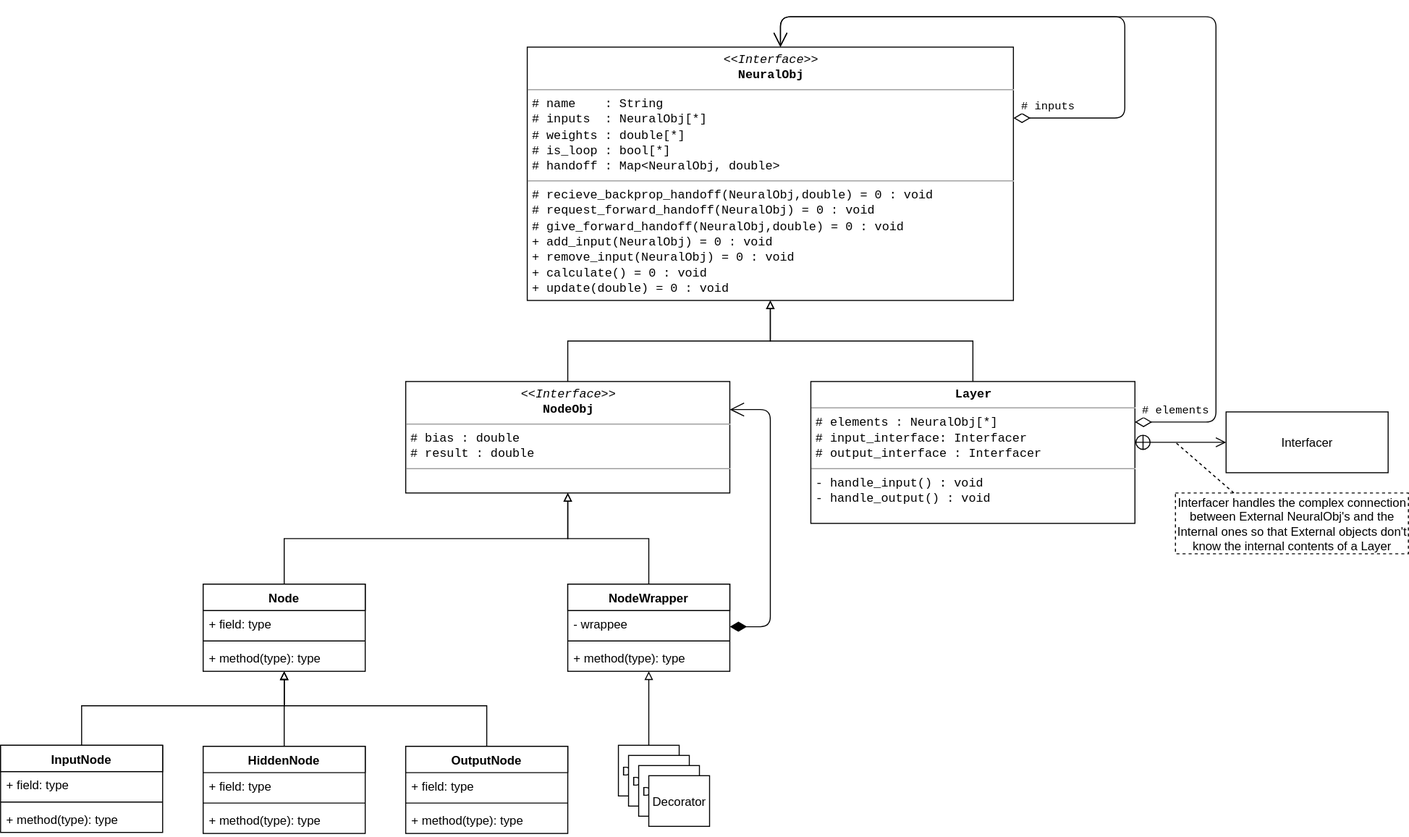
The draw.io diagram Class_UML.svg in alxdttn/MNN, before a commit. Source tidied: cells renumbered, new cells last; positions are measured from the earlier drawing's top-left corner, leaving out a move shared by most shapes.
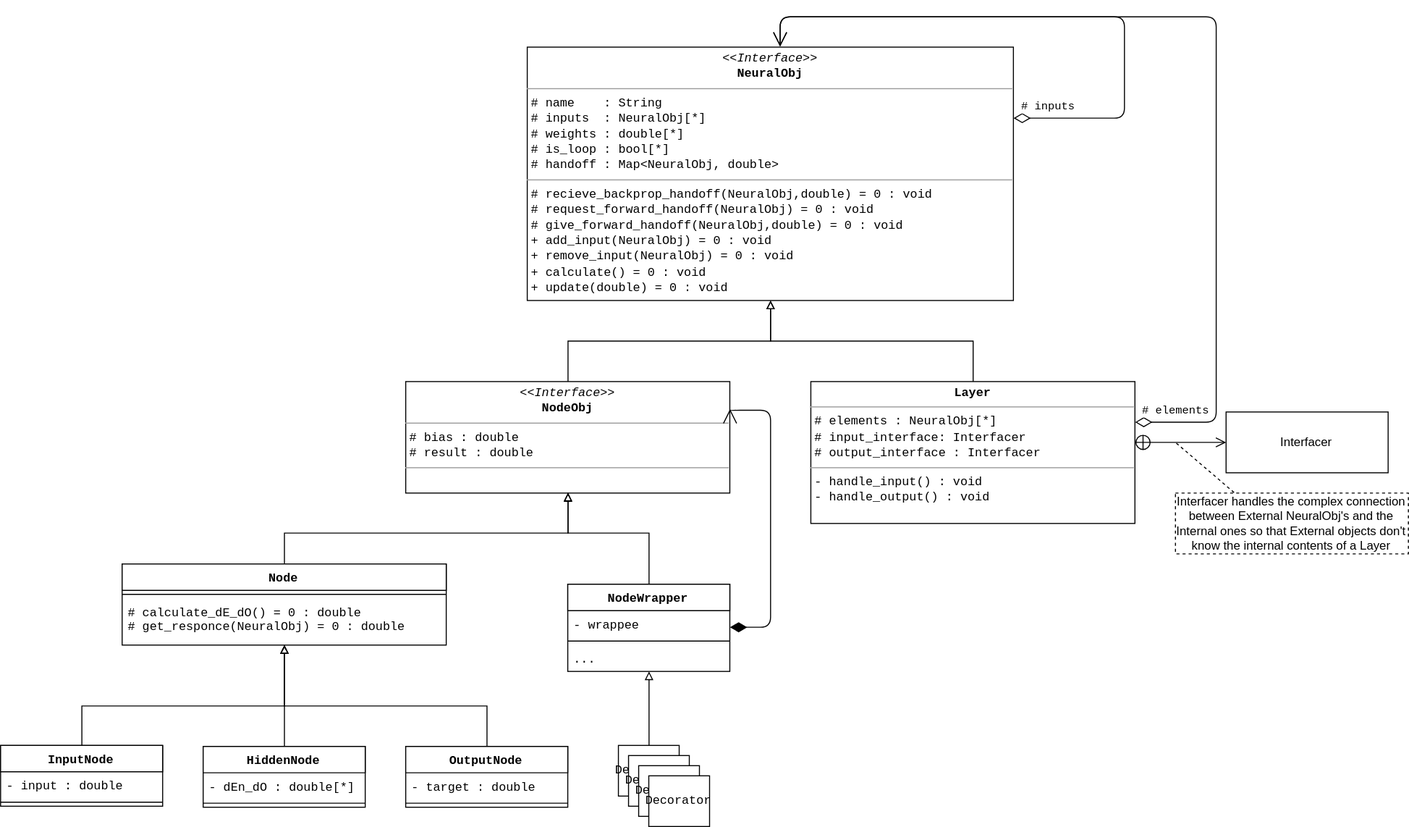
After the commit.

Diff of the diagram source:
```diff
@@ -2,7 +2,7 @@
   <root>
     <mxCell id="0" />
     <mxCell id="1" parent="0" />
-    <mxCell id="2" style="edgeStyle=orthogonalEdgeStyle;rounded=0;html=1;endArrow=block;endFill=0;jettySize=auto;exitX=0.5;exitY=0;" parent="1" edge="1" source="16" target="32">
+    <mxCell id="2" style="edgeStyle=orthogonalEdgeStyle;rounded=0;html=1;endArrow=block;endFill=0;jettySize=auto;exitX=0.5;exitY=0;fontFamily=Courier New;" parent="1" edge="1" source="16" target="32">
       <mxGeometry relative="1" as="geometry">
         <Array as="points">
           <mxPoint x="80" y="680" />
@@ -17,7 +17,12 @@
       <mxGeometry relative="1" as="geometry" />
     </mxCell>
     <mxCell id="5" style="edgeStyle=orthogonalEdgeStyle;rounded=0;html=1;endArrow=block;endFill=0;jettySize=auto;exitX=0.5;exitY=0;" parent="1" edge="1" source="12" target="6">
-      <mxGeometry relative="1" as="geometry" />
+      <mxGeometry relative="1" as="geometry">
+        <Array as="points">
+          <mxPoint x="640" y="510" />
+          <mxPoint x="560" y="510" />
+        </Array>
+      </mxGeometry>
     </mxCell>
     <mxCell id="6" value="&lt;p style=&quot;margin: 0px ; margin-top: 4px ; text-align: center&quot;&gt;&lt;font face=&quot;Courier New&quot;&gt;&lt;i&gt;&amp;lt;&amp;lt;Interface&amp;gt;&amp;gt;&lt;/i&gt;&lt;br&gt;&lt;b&gt;NodeObj&lt;/b&gt;&lt;/font&gt;&lt;/p&gt;&lt;hr size=&quot;1&quot;&gt;&lt;p style=&quot;margin: 0px ; margin-left: 4px&quot;&gt;&lt;font face=&quot;Courier New&quot;&gt;# bias : double&lt;br&gt;# result : double&lt;/font&gt;&lt;/p&gt;&lt;hr size=&quot;1&quot;&gt;&lt;p style=&quot;margin: 0px ; margin-left: 4px&quot;&gt;&lt;br&gt;&lt;/p&gt;" style="verticalAlign=top;align=left;overflow=fill;fontSize=12;fontFamily=Helvetica;html=1;" parent="1" vertex="1">
       <mxGeometry x="400" y="360" width="320" height="110" as="geometry" />
@@ -52,57 +57,48 @@
         </Array>
       </mxGeometry>
     </mxCell>
-    <mxCell id="11" style="edgeStyle=orthogonalEdgeStyle;rounded=0;html=1;endArrow=block;endFill=0;jettySize=auto;exitX=0.5;exitY=0;" parent="1" edge="1" source="36" target="12">
+    <mxCell id="11" style="edgeStyle=orthogonalEdgeStyle;rounded=0;html=1;endArrow=block;endFill=0;jettySize=auto;exitX=0.5;exitY=0;fontFamily=Courier New;" parent="1" edge="1" source="36" target="12">
       <mxGeometry relative="1" as="geometry" />
     </mxCell>
-    <mxCell id="12" value="NodeWrapper" style="swimlane;fontStyle=1;align=center;verticalAlign=top;horizontal=1;startSize=26;swimlaneFillColor=#ffffff;" parent="1" vertex="1">
+    <mxCell id="12" value="NodeWrapper" style="swimlane;fontStyle=1;align=center;verticalAlign=top;horizontal=1;startSize=26;swimlaneFillColor=#ffffff;fontFamily=Courier New;" parent="1" vertex="1">
       <mxGeometry x="560" y="560" width="160" height="86" as="geometry" />
     </mxCell>
-    <mxCell id="13" value="- wrappee" style="text;strokeColor=none;fillColor=none;align=left;verticalAlign=top;spacingLeft=4;spacingRight=4;overflow=hidden;" parent="12" vertex="1">
+    <mxCell id="13" value="- wrappee" style="text;strokeColor=none;fillColor=none;align=left;verticalAlign=top;spacingLeft=4;spacingRight=4;overflow=hidden;fontFamily=Courier New;" parent="12" vertex="1">
       <mxGeometry y="26" width="160" height="26" as="geometry" />
     </mxCell>
-    <mxCell id="14" style="line;strokeWidth=1;fillColor=none;align=left;verticalAlign=middle;spacingTop=-1;spacingLeft=3;spacingRight=3;labelPosition=right;" parent="12" vertex="1">
+    <mxCell id="14" style="line;strokeWidth=1;fillColor=none;align=left;verticalAlign=middle;spacingTop=-1;spacingLeft=3;spacingRight=3;labelPosition=right;fontFamily=Courier New;" parent="12" vertex="1">
       <mxGeometry y="52" width="160" height="8" as="geometry" />
     </mxCell>
-    <mxCell id="15" value="+ method(type): type" style="text;strokeColor=none;fillColor=none;align=left;verticalAlign=top;spacingLeft=4;spacingRight=4;overflow=hidden;" parent="12" vertex="1">
+    <mxCell id="15" value="..." style="text;strokeColor=none;fillColor=none;align=left;verticalAlign=top;spacingLeft=4;spacingRight=4;overflow=hidden;fontFamily=Courier New;" parent="12" vertex="1">
       <mxGeometry y="60" width="160" height="26" as="geometry" />
     </mxCell>
-    <mxCell id="16" value="InputNode" style="swimlane;fontStyle=1;align=center;verticalAlign=top;horizontal=1;startSize=26;swimlaneFillColor=#ffffff;" parent="1" vertex="1">
-      <mxGeometry y="719" width="160" height="86" as="geometry" />
+    <mxCell id="16" value="InputNode" style="swimlane;fontStyle=1;align=center;verticalAlign=top;horizontal=1;startSize=26;swimlaneFillColor=#ffffff;fontFamily=Courier New;" parent="1" vertex="1">
+      <mxGeometry y="719" width="160" height="60" as="geometry" />
     </mxCell>
-    <mxCell id="17" value="+ field: type" style="text;strokeColor=none;fillColor=none;align=left;verticalAlign=top;spacingLeft=4;spacingRight=4;overflow=hidden;" parent="16" vertex="1">
+    <mxCell id="17" value="- input : double" style="text;strokeColor=none;fillColor=none;align=left;verticalAlign=top;spacingLeft=4;spacingRight=4;overflow=hidden;fontFamily=Courier New;" parent="16" vertex="1">
       <mxGeometry y="26" width="160" height="26" as="geometry" />
     </mxCell>
-    <mxCell id="18" style="line;strokeWidth=1;fillColor=none;align=left;verticalAlign=middle;spacingTop=-1;spacingLeft=3;spacingRight=3;labelPosition=right;" parent="16" vertex="1">
+    <mxCell id="18" style="line;strokeWidth=1;fillColor=none;align=left;verticalAlign=middle;spacingTop=-1;spacingLeft=3;spacingRight=3;labelPosition=right;fontFamily=Courier New;" parent="16" vertex="1">
       <mxGeometry y="52" width="160" height="8" as="geometry" />
     </mxCell>
-    <mxCell id="19" value="+ method(type): type" style="text;strokeColor=none;fillColor=none;align=left;verticalAlign=top;spacingLeft=4;spacingRight=4;overflow=hidden;" parent="16" vertex="1">
-      <mxGeometry y="60" width="160" height="26" as="geometry" />
-    </mxCell>
-    <mxCell id="20" value="OutputNode" style="swimlane;fontStyle=1;align=center;verticalAlign=top;horizontal=1;startSize=26;swimlaneFillColor=#ffffff;" parent="1" vertex="1">
-      <mxGeometry x="400" y="720" width="160" height="86" as="geometry" />
+    <mxCell id="20" value="OutputNode" style="swimlane;fontStyle=1;align=center;verticalAlign=top;horizontal=1;startSize=26;swimlaneFillColor=#ffffff;fontFamily=Courier New;" parent="1" vertex="1">
+      <mxGeometry x="400" y="720" width="160" height="60" as="geometry" />
     </mxCell>
-    <mxCell id="21" value="+ field: type" style="text;strokeColor=none;fillColor=none;align=left;verticalAlign=top;spacingLeft=4;spacingRight=4;overflow=hidden;" parent="20" vertex="1">
+    <mxCell id="21" value="- target : double" style="text;strokeColor=none;fillColor=none;align=left;verticalAlign=top;spacingLeft=4;spacingRight=4;overflow=hidden;fontFamily=Courier New;" parent="20" vertex="1">
       <mxGeometry y="26" width="160" height="26" as="geometry" />
     </mxCell>
-    <mxCell id="22" style="line;strokeWidth=1;fillColor=none;align=left;verticalAlign=middle;spacingTop=-1;spacingLeft=3;spacingRight=3;labelPosition=right;" parent="20" vertex="1">
+    <mxCell id="22" style="line;strokeWidth=1;fillColor=none;align=left;verticalAlign=middle;spacingTop=-1;spacingLeft=3;spacingRight=3;labelPosition=right;fontFamily=Courier New;" parent="20" vertex="1">
       <mxGeometry y="52" width="160" height="8" as="geometry" />
     </mxCell>
-    <mxCell id="23" value="+ method(type): type" style="text;strokeColor=none;fillColor=none;align=left;verticalAlign=top;spacingLeft=4;spacingRight=4;overflow=hidden;" parent="20" vertex="1">
-      <mxGeometry y="60" width="160" height="26" as="geometry" />
-    </mxCell>
-    <mxCell id="24" value="HiddenNode" style="swimlane;fontStyle=1;align=center;verticalAlign=top;horizontal=1;startSize=26;swimlaneFillColor=#ffffff;" parent="1" vertex="1">
-      <mxGeometry x="200" y="720" width="160" height="86" as="geometry" />
+    <mxCell id="24" value="HiddenNode" style="swimlane;fontStyle=1;align=center;verticalAlign=top;horizontal=1;startSize=26;swimlaneFillColor=#ffffff;fontFamily=Courier New;" parent="1" vertex="1">
+      <mxGeometry x="200" y="720" width="160" height="60" as="geometry" />
     </mxCell>
-    <mxCell id="25" value="+ field: type" style="text;strokeColor=none;fillColor=none;align=left;verticalAlign=top;spacingLeft=4;spacingRight=4;overflow=hidden;" parent="24" vertex="1">
+    <mxCell id="25" value="- dEn_dO : double[*]" style="text;strokeColor=none;fillColor=none;align=left;verticalAlign=top;spacingLeft=4;spacingRight=4;overflow=hidden;fontFamily=Courier New;" parent="24" vertex="1">
       <mxGeometry y="26" width="160" height="26" as="geometry" />
     </mxCell>
-    <mxCell id="26" style="line;strokeWidth=1;fillColor=none;align=left;verticalAlign=middle;spacingTop=-1;spacingLeft=3;spacingRight=3;labelPosition=right;" parent="24" vertex="1">
+    <mxCell id="26" style="line;strokeWidth=1;fillColor=none;align=left;verticalAlign=middle;spacingTop=-1;spacingLeft=3;spacingRight=3;labelPosition=right;fontFamily=Courier New;" parent="24" vertex="1">
       <mxGeometry y="52" width="160" height="8" as="geometry" />
     </mxCell>
-    <mxCell id="27" value="+ method(type): type" style="text;strokeColor=none;fillColor=none;align=left;verticalAlign=top;spacingLeft=4;spacingRight=4;overflow=hidden;" parent="24" vertex="1">
-      <mxGeometry y="60" width="160" height="26" as="geometry" />
-    </mxCell>
     <mxCell id="28" style="endArrow=open;html=1;endSize=12;startArrow=diamondThin;startSize=14;startFill=1;edgeStyle=orthogonalEdgeStyle;align=left;verticalAlign=bottom;entryX=1;entryY=0.25;" parent="1" edge="1" target="6">
       <mxGeometry x="-1" y="3" relative="1" as="geometry">
         <mxPoint x="720" y="602" as="sourcePoint" />
@@ -113,12 +109,17 @@
       </mxGeometry>
     </mxCell>
     <mxCell id="29" style="edgeStyle=orthogonalEdgeStyle;rounded=0;html=1;exitX=0.5;exitY=0;entryX=0.5;entryY=1;endArrow=block;endFill=0;jettySize=auto;" parent="1" edge="1" source="32" target="6">
-      <mxGeometry relative="1" as="geometry" />
+      <mxGeometry relative="1" as="geometry">
+        <Array as="points">
+          <mxPoint x="280" y="510" />
+          <mxPoint x="560" y="510" />
+        </Array>
+      </mxGeometry>
     </mxCell>
-    <mxCell id="30" style="edgeStyle=orthogonalEdgeStyle;rounded=0;html=1;endArrow=block;endFill=0;jettySize=auto;exitX=0.5;exitY=0;" parent="1" edge="1" source="24" target="32">
+    <mxCell id="30" style="edgeStyle=orthogonalEdgeStyle;rounded=0;html=1;endArrow=block;endFill=0;jettySize=auto;exitX=0.5;exitY=0;fontFamily=Courier New;" parent="1" edge="1" source="24" target="32">
       <mxGeometry relative="1" as="geometry" />
     </mxCell>
-    <mxCell id="31" style="edgeStyle=orthogonalEdgeStyle;rounded=0;html=1;endArrow=block;endFill=0;jettySize=auto;exitX=0.5;exitY=0;" parent="1" edge="1" source="20" target="32">
+    <mxCell id="31" style="edgeStyle=orthogonalEdgeStyle;rounded=0;html=1;endArrow=block;endFill=0;jettySize=auto;exitX=0.5;exitY=0;fontFamily=Courier New;" parent="1" edge="1" source="20" target="32">
       <mxGeometry relative="1" as="geometry">
         <Array as="points">
           <mxPoint x="480" y="680" />
@@ -126,28 +127,25 @@
         </Array>
       </mxGeometry>
     </mxCell>
-    <mxCell id="32" value="Node" style="swimlane;fontStyle=1;align=center;verticalAlign=top;horizontal=1;startSize=26;swimlaneFillColor=#ffffff;" parent="1" vertex="1">
-      <mxGeometry x="200" y="560" width="160" height="86" as="geometry" />
+    <mxCell id="32" value="Node" style="swimlane;fontStyle=1;align=center;verticalAlign=top;horizontal=1;startSize=26;swimlaneFillColor=#ffffff;fontFamily=Courier New;" parent="1" vertex="1">
+      <mxGeometry x="120" y="540" width="320" height="80" as="geometry" />
     </mxCell>
-    <mxCell id="33" value="+ field: type" style="text;strokeColor=none;fillColor=none;align=left;verticalAlign=top;spacingLeft=4;spacingRight=4;overflow=hidden;" parent="32" vertex="1">
-      <mxGeometry y="26" width="160" height="26" as="geometry" />
-    </mxCell>
-    <mxCell id="34" style="line;strokeWidth=1;fillColor=none;align=left;verticalAlign=middle;spacingTop=-1;spacingLeft=3;spacingRight=3;labelPosition=right;" parent="32" vertex="1">
-      <mxGeometry y="52" width="160" height="8" as="geometry" />
+    <mxCell id="34" style="line;strokeWidth=1;fillColor=none;align=left;verticalAlign=middle;spacingTop=-1;spacingLeft=3;spacingRight=3;labelPosition=right;fontFamily=Courier New;" parent="32" vertex="1">
+      <mxGeometry y="26" width="320" height="8" as="geometry" />
     </mxCell>
-    <mxCell id="35" value="+ method(type): type" style="text;strokeColor=none;fillColor=none;align=left;verticalAlign=top;spacingLeft=4;spacingRight=4;overflow=hidden;" parent="32" vertex="1">
-      <mxGeometry y="60" width="160" height="26" as="geometry" />
+    <mxCell id="35" value="# calculate_dE_dO() = 0 : double&#10;# get_responce(NeuralObj) = 0 : double&#10;" style="text;strokeColor=none;fillColor=none;align=left;verticalAlign=top;spacingLeft=4;spacingRight=4;overflow=hidden;fontFamily=Courier New;" parent="32" vertex="1">
+      <mxGeometry y="34" width="320" height="46" as="geometry" />
     </mxCell>
-    <mxCell id="36" value="Decorator" style="html=1;" parent="1" vertex="1">
+    <mxCell id="36" value="Decorator" style="html=1;fontFamily=Courier New;" parent="1" vertex="1">
       <mxGeometry x="610" y="719" width="60" height="50" as="geometry" />
     </mxCell>
-    <mxCell id="37" value="Decorator" style="html=1;" parent="1" vertex="1">
+    <mxCell id="37" value="Decorator" style="html=1;fontFamily=Courier New;" parent="1" vertex="1">
       <mxGeometry x="620" y="729" width="60" height="50" as="geometry" />
     </mxCell>
-    <mxCell id="38" value="Decorator" style="html=1;" parent="1" vertex="1">
+    <mxCell id="38" value="Decorator" style="html=1;fontFamily=Courier New;" parent="1" vertex="1">
       <mxGeometry x="630" y="739" width="60" height="50" as="geometry" />
     </mxCell>
-    <mxCell id="39" value="Decorator" style="html=1;" parent="1" vertex="1">
+    <mxCell id="39" value="Decorator" style="html=1;fontFamily=Courier New;" parent="1" vertex="1">
       <mxGeometry x="640" y="749" width="60" height="50" as="geometry" />
     </mxCell>
     <mxCell id="40" style="endArrow=open;startArrow=circlePlus;endFill=0;startFill=0;endSize=8;html=1;" parent="1" edge="1" source="41">
```
